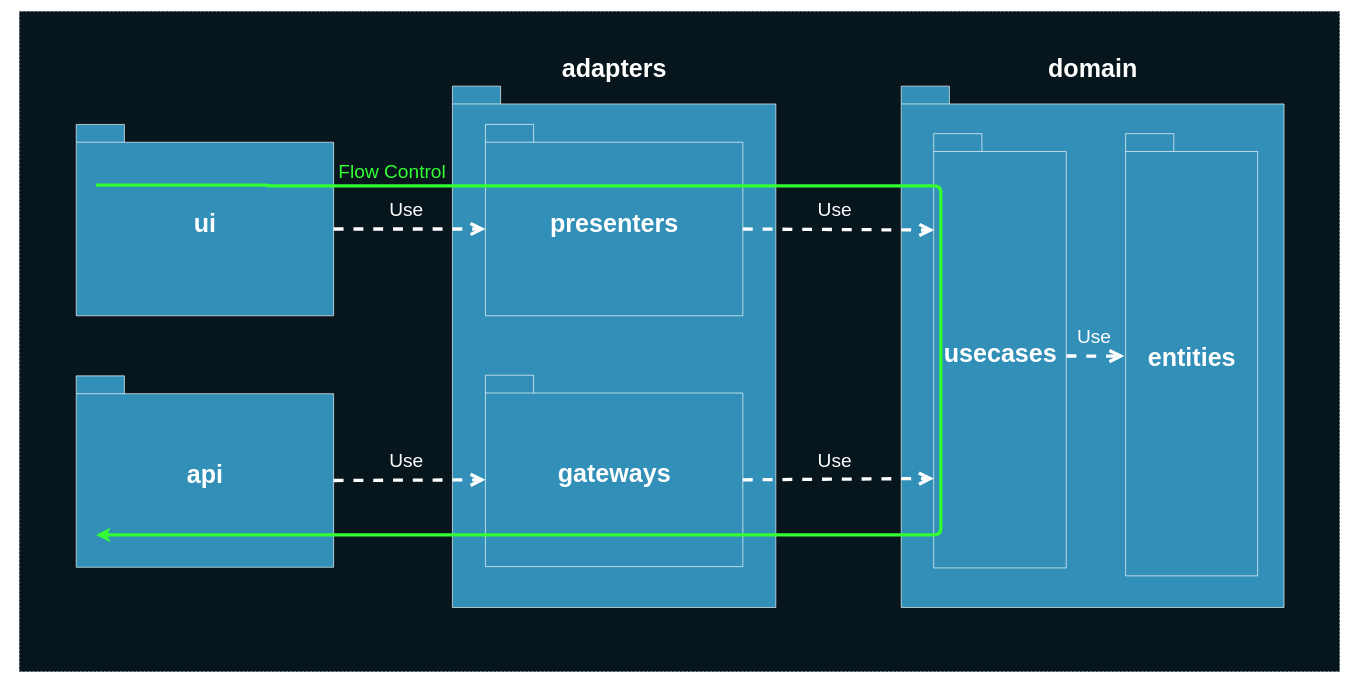
This is deck/ru/diagrams/packagesDependenciesFlowControl1.drawio from AlexanderLapygin/ca-react-rest-api-starter, a draw.io file, before an edit. Source tidied: cells renumbered, new cells numbered last; positions are measured from the earlier drawing's top-left corner, leaving out a move shared by most shapes. Both pictures are drawn from the tidied source at 66%, with x=0, y=0 at pixel (19, 11).
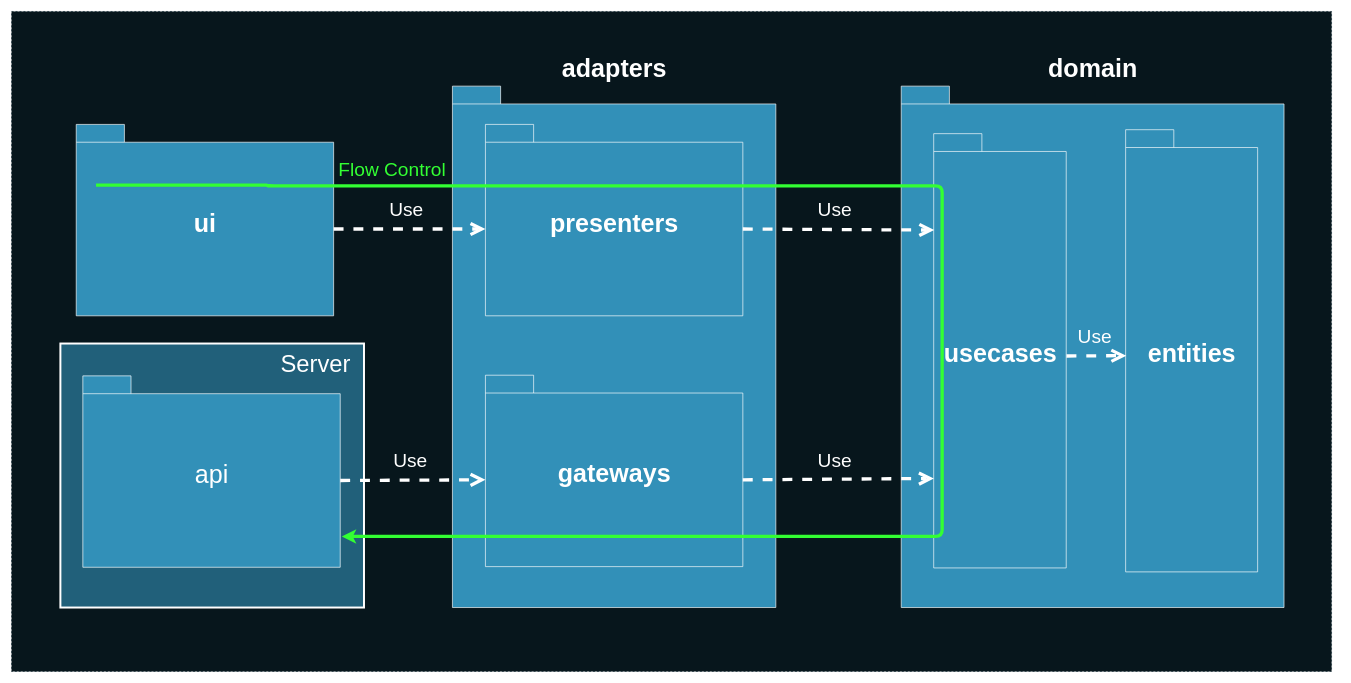
The same diagram, later.

The change refers to these unchanged cells:
```xml
<mxCell id="8" value="&lt;font color=&quot;#ffffff&quot; style=&quot;font-size: 38px&quot;&gt;gateways&lt;/font&gt;" style="shape=folder;fontStyle=1;spacingTop=10;tabWidth=73;tabHeight=27;tabPosition=left;html=1;strokeColor=#FFFFFF;fillColor=#3290B8;" parent="5" vertex="1">
  <mxGeometry x="50" y="438" width="390" height="290" as="geometry" />
</mxCell>
<mxCell id="9" style="group;" parent="1" vertex="1">
  <mxGeometry x="1336" y="113" width="580" height="790" as="geometry" />
</mxCell>
<mxCell id="12" value="&lt;font color=&quot;#ffffff&quot; style=&quot;font-size: 38px&quot;&gt;usecases&lt;/font&gt;" style="shape=folder;fontStyle=1;spacingTop=10;tabWidth=73;tabHeight=27;tabPosition=left;html=1;strokeColor=#FFFFFF;fillColor=#3290B8;" parent="9" vertex="1">
  <mxGeometry x="49.2" y="72" width="200.8" height="658" as="geometry" />
</mxCell>
```

Diff of the diagram source:
```diff
@@
     <mxCell id="2" style="rounded=0;whiteSpace=wrap;html=1;fillColor=#07161C;fontSize=30;fontColor=#FFFFFF;strokeColor=#0C242E;dashed=1;" parent="1" vertex="1">
-      <mxGeometry y="-0.1" width="2000" height="1000" as="geometry" />
+      <mxGeometry x="-12" y="-0.1" width="2000" height="1000" as="geometry" />
     </mxCell>
@@
-    <mxCell id="4" value="&lt;font color=&quot;#ffffff&quot; style=&quot;font-size: 38px&quot;&gt;api&lt;/font&gt;" style="shape=folder;fontStyle=1;spacingTop=10;tabWidth=73;tabHeight=27;tabPosition=left;html=1;strokeColor=#FFFFFF;fillColor=#3290B8;" parent="1" vertex="1">
-      <mxGeometry x="86" y="552" width="390" height="290" as="geometry" />
-    </mxCell>
@@
     <mxCell id="11" value="&lt;font color=&quot;#ffffff&quot; style=&quot;font-size: 38px&quot;&gt;entities&lt;/font&gt;" style="shape=folder;fontStyle=1;spacingTop=10;tabWidth=73;tabHeight=27;tabPosition=left;html=1;strokeColor=#FFFFFF;fillColor=#3290B8;" parent="9" vertex="1">
-      <mxGeometry x="340" y="72" width="200" height="670" as="geometry" />
+      <mxGeometry x="340" y="66" width="200" height="670" as="geometry" />
     </mxCell>
@@
-    <mxCell id="13" value="Use" style="endArrow=open;endSize=12;dashed=1;html=1;strokeColor=#FFFFFF;strokeWidth=5;fontSize=29;fontColor=#FFFFFF;entryX=-0.01;entryY=0.503;entryDx=0;entryDy=0;entryPerimeter=0;labelBackgroundColor=none;exitX=1.002;exitY=0.512;exitDx=0;exitDy=0;exitPerimeter=0;" parent="9" edge="1" source="12" target="11">
+    <mxCell id="13" value="Use" style="endArrow=open;endSize=12;dashed=1;html=1;strokeColor=#FFFFFF;strokeWidth=5;fontSize=29;fontColor=#FFFFFF;labelBackgroundColor=none;exitX=1.002;exitY=0.512;exitDx=0;exitDy=0;exitPerimeter=0;entryX=0.005;entryY=0.511;entryDx=0;entryDy=0;entryPerimeter=0;" parent="9" edge="1" source="12" target="11">
       <mxGeometry x="-0.04" y="29" relative="1" as="geometry" />
     </mxCell>
@@
-    <mxCell id="15" value="Use" style="endArrow=open;endSize=12;dashed=1;html=1;strokeColor=#FFFFFF;strokeWidth=5;fontSize=29;fontColor=#FFFFFF;entryX=0;entryY=0;entryDx=0;entryDy=158.5;entryPerimeter=0;exitX=0;exitY=0;exitDx=390;exitDy=158.5;exitPerimeter=0;labelBackgroundColor=none;" parent="1" edge="1" source="4" target="8">
-      <mxGeometry x="-0.04" y="29" relative="1" as="geometry" />
-    </mxCell>
@@
+    <mxCell id="19" value="Flow Control" style="text;html=1;strokeColor=none;fillColor=none;align=center;verticalAlign=middle;whiteSpace=wrap;rounded=0;fontSize=29;fontColor=#33FF33;" parent="1" vertex="1">
+      <mxGeometry x="480" y="230" width="170" height="20" as="geometry" />
+    </mxCell>
+    <mxCell id="20" style="group;" parent="1" vertex="1">
+      <mxGeometry x="62" y="503" width="460" height="400" as="geometry" />
+    </mxCell>
+    <mxCell id="21" style="rounded=0;whiteSpace=wrap;html=1;strokeColor=#FFFFFF;strokeWidth=3;fillColor=#21607A;fontSize=23;fontColor=#FFFFFF;" parent="20" vertex="1">
+      <mxGeometry width="460" height="400" as="geometry" />
+    </mxCell>
+    <mxCell id="4" value="&lt;font color=&quot;#ffffff&quot; style=&quot;font-size: 38px ; font-weight: normal&quot;&gt;api&lt;/font&gt;" style="shape=folder;fontStyle=1;spacingTop=10;tabWidth=73;tabHeight=27;tabPosition=left;html=1;strokeColor=#FFFFFF;fillColor=#3290B8;" parent="20" vertex="1">
+      <mxGeometry x="34" y="49" width="390" height="290" as="geometry" />
+    </mxCell>
+    <mxCell id="22" value="Server" style="text;html=1;strokeColor=none;fillColor=none;align=center;verticalAlign=middle;whiteSpace=wrap;rounded=0;fontSize=36;fontColor=#FFFFFF;fontStyle=0;" parent="20" vertex="1">
+      <mxGeometry x="327" y="21" width="120" height="20" as="geometry" />
+    </mxCell>
-    <mxCell id="18" style="edgeStyle=segmentEdgeStyle;endArrow=classic;html=1;labelBackgroundColor=none;strokeColor=#33FF33;strokeWidth=5;fontSize=29;fontColor=#FFFFFF;" parent="1" edge="1">
+    <mxCell id="18" style="edgeStyle=segmentEdgeStyle;endArrow=classic;html=1;labelBackgroundColor=none;strokeColor=#33FF33;strokeWidth=5;fontSize=29;fontColor=#FFFFFF;entryX=1.006;entryY=0.839;entryDx=0;entryDy=0;entryPerimeter=0;" parent="1" edge="1" target="4">
       <mxGeometry relative="1" as="geometry">
         <mxPoint x="116" y="263" as="sourcePoint" />
-        <mxPoint x="116" y="793" as="targetPoint" />
         <Array as="points">
           <mxPoint x="376" y="263" />
-          <mxPoint x="1396" y="264" />
-          <mxPoint x="1396" y="793" />
+          <mxPoint x="1398" y="264" />
+          <mxPoint x="1398" y="795" />
         </Array>
       </mxGeometry>
     </mxCell>
-    <mxCell id="19" value="Flow Control" style="text;html=1;strokeColor=none;fillColor=none;align=center;verticalAlign=middle;whiteSpace=wrap;rounded=0;fontSize=29;fontColor=#33FF33;" parent="1" vertex="1">
-      <mxGeometry x="480" y="233" width="170" height="20" as="geometry" />
-    </mxCell>
+    <mxCell id="15" value="Use" style="endArrow=open;endSize=12;dashed=1;html=1;strokeColor=#FFFFFF;strokeWidth=5;fontSize=29;fontColor=#FFFFFF;entryX=0;entryY=0;entryDx=0;entryDy=158.5;entryPerimeter=0;exitX=0;exitY=0;exitDx=390;exitDy=158.5;labelBackgroundColor=none;exitPerimeter=0;" parent="1" edge="1" source="4" target="8">
+      <mxGeometry x="-0.04" y="29" relative="1" as="geometry" />
+    </mxCell>
```
